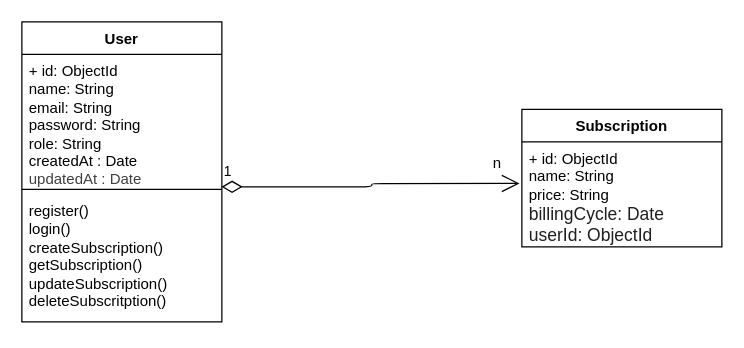
Earlier version of the draw.io diagram digrammes/class.drawio (walidnoussir/API-SubLedger). Source tidied: cells renumbered, new cells numbered last; positions are measured from the earlier drawing's top-left corner, leaving out a move shared by most shapes. Both pictures are drawn from the tidied source at 125%, with x=0, y=0 at pixel (21, 21).
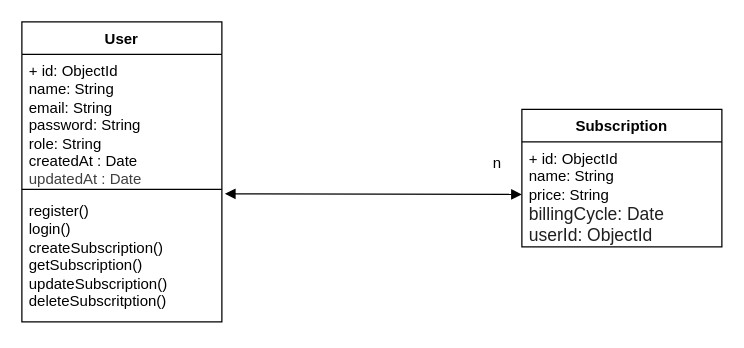
The same diagram, later.

The edit, as a diff of the source:
```diff
@@
 <mxGraphModel>
   <root>
     <mxCell id="0" />
     <mxCell id="1" parent="0" />
     <mxCell id="2" value="User" style="swimlane;fontStyle=1;align=center;verticalAlign=top;horizontal=1;startSize=26;whiteSpace=wrap;html=1;" parent="1" vertex="1">
       <mxGeometry width="160" height="240" as="geometry" />
     </mxCell>
     <mxCell id="3" value="+ id: ObjectId&lt;div&gt;name: String&lt;/div&gt;&lt;div&gt;email: String&lt;/div&gt;&lt;div&gt;password: String&lt;/div&gt;&lt;div&gt;role: String&lt;/div&gt;&lt;div&gt;createdAt : Date&lt;/div&gt;&lt;div&gt;&lt;div style=&quot;color: rgb(63, 63, 63); scrollbar-color: rgb(226, 226, 226) rgb(251, 251, 251);&quot;&gt;updatedAt : Date&lt;/div&gt;&lt;div style=&quot;color: rgb(63, 63, 63); scrollbar-color: rgb(226, 226, 226) rgb(251, 251, 251);&quot;&gt;&lt;br style=&quot;color: rgb(63, 63, 63); scrollbar-color: rgb(226, 226, 226) rgb(251, 251, 251);&quot;&gt;&lt;/div&gt;&lt;/div&gt;" style="text;strokeColor=none;fillColor=none;align=left;verticalAlign=top;spacingLeft=4;spacingRight=4;overflow=hidden;points=[[0,0.5],[1,0.5]];portConstraint=eastwest;whiteSpace=wrap;html=1;" parent="2" vertex="1">
       <mxGeometry y="26" width="160" height="104" as="geometry" />
     </mxCell>
     <mxCell id="4" style="line;strokeWidth=1;fillColor=none;align=left;verticalAlign=middle;spacingTop=-1;spacingLeft=3;spacingRight=3;labelPosition=right;strokeColor=inherit;" parent="2" vertex="1">
       <mxGeometry y="130" width="160" height="8" as="geometry" />
     </mxCell>
     <mxCell id="5" value="&lt;div&gt;register()&lt;/div&gt;login()&lt;div&gt;createSubscription()&lt;/div&gt;&lt;div&gt;getSubscription()&lt;/div&gt;&lt;div&gt;updateSubscription()&lt;/div&gt;&lt;div&gt;deleteSubscritption()&lt;/div&gt;" style="text;strokeColor=none;fillColor=none;align=left;verticalAlign=top;spacingLeft=4;spacingRight=4;overflow=hidden;points=[[0,0.5],[1,0.5]];portConstraint=eastwest;whiteSpace=wrap;html=1;" parent="2" vertex="1">
       <mxGeometry y="138" width="160" height="102" as="geometry" />
     </mxCell>
     <mxCell id="6" value="Subscription&lt;div&gt;&lt;br&gt;&lt;/div&gt;" style="swimlane;fontStyle=1;align=center;verticalAlign=top;horizontal=1;startSize=26;whiteSpace=wrap;html=1;" parent="1" vertex="1">
       <mxGeometry x="400" y="70" width="160" height="110" as="geometry" />
     </mxCell>
     <mxCell id="7" value="+ id: ObjectId&lt;div&gt;&lt;font color=&quot;#000000&quot;&gt;name: String&lt;/font&gt;&lt;div&gt;&lt;font style=&quot;scrollbar-color: rgb(226, 226, 226) rgb(251, 251, 251);&quot;&gt;price: String&lt;br style=&quot;color: rgb(63, 63, 63); scrollbar-color: rgb(226, 226, 226) rgb(251, 251, 251);&quot;&gt;&lt;/font&gt;&lt;div style=&quot;color: rgb(63, 63, 63); scrollbar-color: rgb(226, 226, 226) rgb(251, 251, 251);&quot;&gt;&lt;span style=&quot;color: rgba(0, 0, 0, 0.88); font-family: &amp;quot;Nunito Sans&amp;quot;, &amp;quot;sans-serif&amp;quot;; font-size: 14px; background-color: rgb(255, 255, 255);&quot;&gt;billingCycle: Date&lt;/span&gt;&lt;/div&gt;&lt;/div&gt;&lt;div style=&quot;color: rgb(63, 63, 63); scrollbar-color: rgb(226, 226, 226) rgb(251, 251, 251);&quot;&gt;&lt;span style=&quot;color: rgba(0, 0, 0, 0.88); font-family: &amp;quot;Nunito Sans&amp;quot;, &amp;quot;sans-serif&amp;quot;; font-size: 14px; background-color: rgb(255, 255, 255);&quot;&gt;userId: ObjectId&lt;/span&gt;&lt;/div&gt;&lt;/div&gt;" style="text;strokeColor=none;fillColor=none;align=left;verticalAlign=top;spacingLeft=4;spacingRight=4;overflow=hidden;points=[[0,0.5],[1,0.5]];portConstraint=eastwest;whiteSpace=wrap;html=1;" parent="6" vertex="1">
       <mxGeometry y="26" width="160" height="84" as="geometry" />
     </mxCell>
-    <mxCell id="8" value="1" style="endArrow=open;html=1;endSize=12;startArrow=diamondThin;startSize=14;startFill=0;edgeStyle=orthogonalEdgeStyle;align=left;verticalAlign=bottom;exitX=0.998;exitY=1.019;exitDx=0;exitDy=0;exitPerimeter=0;entryX=-0.012;entryY=0.396;entryDx=0;entryDy=0;entryPerimeter=0;" parent="1" edge="1" source="3" target="7">
-      <mxGeometry x="-1" y="3" relative="1" as="geometry">
-        <Array as="points">
-          <mxPoint x="280" y="132" />
-          <mxPoint x="280" y="129" />
-        </Array>
-      </mxGeometry>
-    </mxCell>
     <mxCell id="9" value="n" style="text;html=1;align=center;verticalAlign=middle;strokeColor=none;fillColor=none;" parent="1" vertex="1">
       <mxGeometry x="365" y="98" width="30" height="30" as="geometry" />
     </mxCell>
+    <mxCell id="10" style="endArrow=block;startArrow=block;endFill=1;startFill=1;html=1;entryX=0;entryY=0.5;entryDx=0;entryDy=0;exitX=1.015;exitY=-0.004;exitDx=0;exitDy=0;exitPerimeter=0;" parent="1" edge="1" source="5" target="7">
+      <mxGeometry relative="1" as="geometry" />
+    </mxCell>
   </root>
 </mxGraphModel>
```
